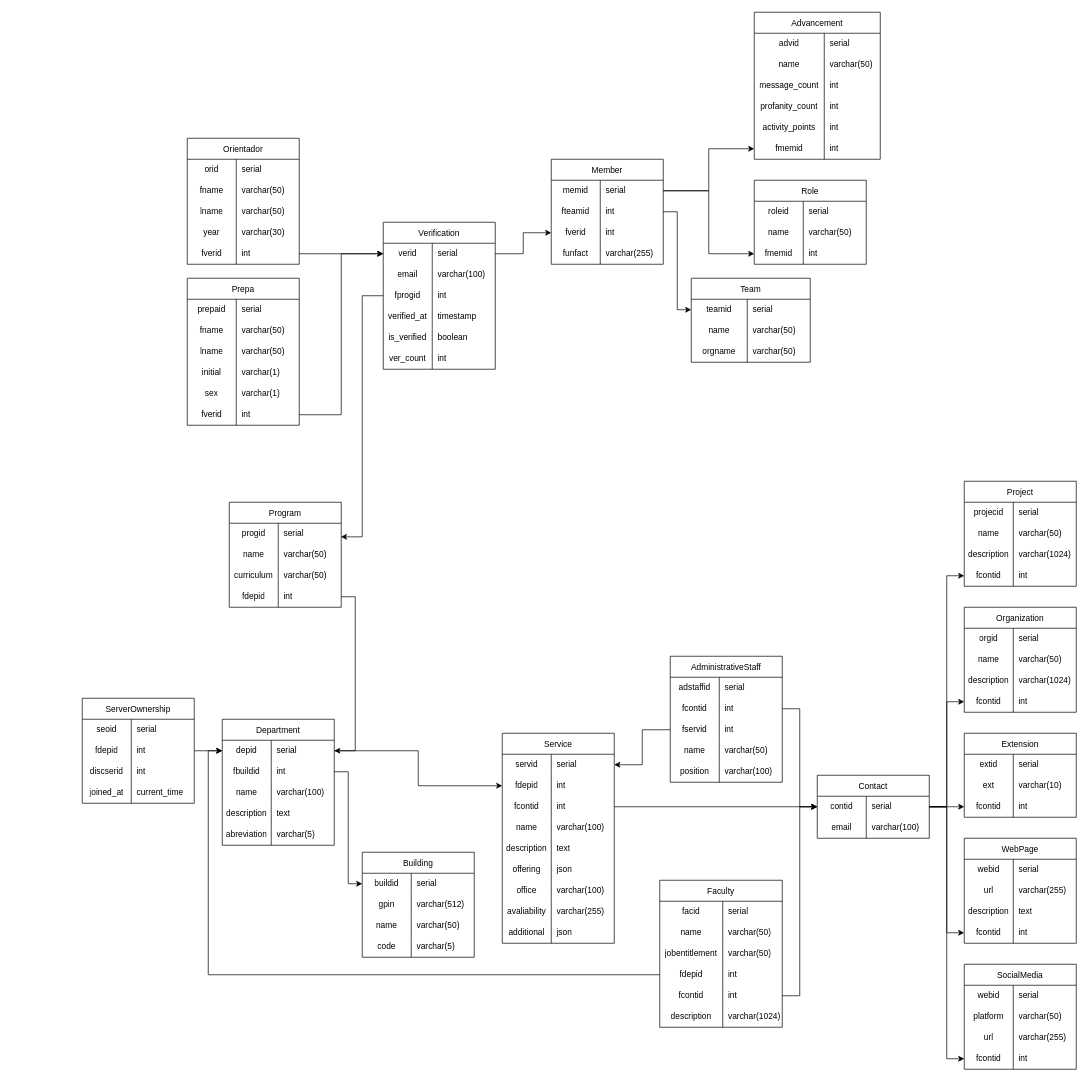
This is schema/Untitled Diagram.drawio from AlfredoSoto1/BotOrientador, a draw.io file, before an edit. Source tidied: cells renumbered, new cells numbered last; positions are measured from the earlier drawing's top-left corner, leaving out a move shared by most shapes. Both pictures are drawn from the tidied source at 70%, with x=0, y=0 at pixel (82, 12).
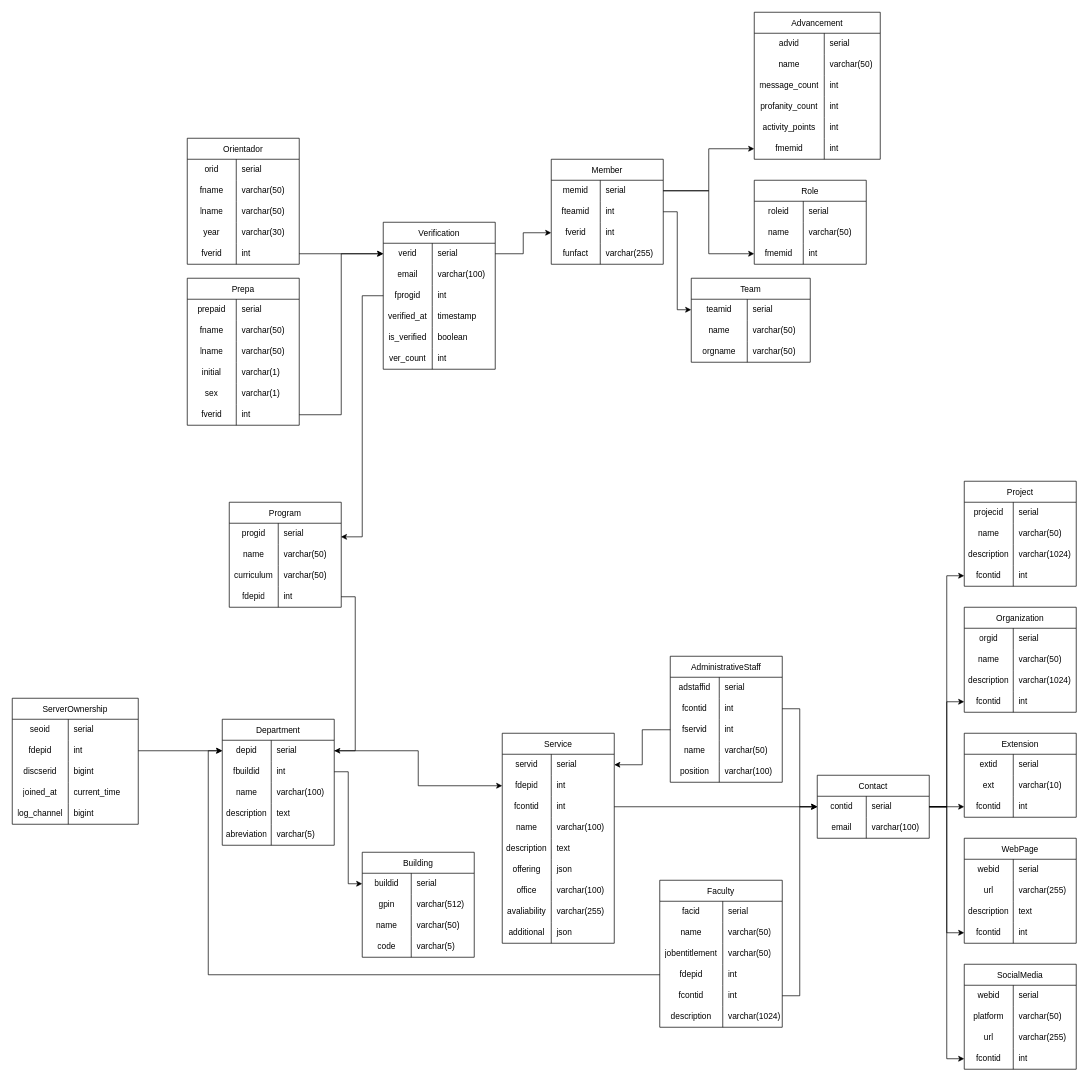
The same page after the edit.

Change to the diagram source:
```diff
@@
     <mxCell id="231" value="ServerOwnership" style="shape=table;startSize=30;childLayout=tableLayout;rowLines=0;fontStyle=0;strokeColor=default;fontSize=12;" parent="1" vertex="1">
-      <mxGeometry y="980" width="160" height="150" as="geometry" />
+      <mxGeometry x="-100" y="980" width="180" height="180" as="geometry" />
     </mxCell>
     <mxCell id="232" style="shape=tableRow;horizontal=0;startSize=0;swimlaneHead=0;swimlaneBody=0;top=0;left=0;bottom=0;right=0;fillColor=none;strokeColor=inherit;fontSize=12;" parent="231" vertex="1">
-      <mxGeometry y="30" width="160" height="30" as="geometry" />
+      <mxGeometry y="30" width="180" height="30" as="geometry" />
     </mxCell>
     <mxCell id="233" value="seoid" style="shape=partialRectangle;html=1;whiteSpace=wrap;fillColor=none;top=0;left=0;bottom=0;right=0;overflow=hidden;strokeColor=inherit;fontSize=12;spacing=2;" parent="232" vertex="1">
-      <mxGeometry width="70" height="30" as="geometry" />
+      <mxGeometry width="80" height="30" as="geometry" />
     </mxCell>
     <mxCell id="234" value="serial" style="shape=partialRectangle;html=1;whiteSpace=wrap;fillColor=none;top=0;left=0;bottom=0;right=0;align=left;spacingLeft=6;overflow=hidden;strokeColor=inherit;fontSize=12;" parent="232" vertex="1">
-      <mxGeometry x="70" width="90" height="30" as="geometry" />
+      <mxGeometry x="80" width="100" height="30" as="geometry" />
     </mxCell>
     <mxCell id="235" style="shape=tableRow;horizontal=0;startSize=0;swimlaneHead=0;swimlaneBody=0;top=0;left=0;bottom=0;right=0;fillColor=none;points=[[0,0.5],[1,0.5]];portConstraint=eastwest;strokeColor=inherit;fontSize=12;" parent="231" vertex="1">
-      <mxGeometry y="60" width="160" height="30" as="geometry" />
+      <mxGeometry y="60" width="180" height="30" as="geometry" />
     </mxCell>
     <mxCell id="236" value="fdepid" style="shape=partialRectangle;html=1;whiteSpace=wrap;fillColor=none;top=0;left=0;bottom=0;right=0;overflow=hidden;strokeColor=inherit;fontSize=12;spacing=2;" parent="235" vertex="1">
-      <mxGeometry width="70" height="30" as="geometry" />
+      <mxGeometry width="80" height="30" as="geometry" />
     </mxCell>
     <mxCell id="237" value="int" style="shape=partialRectangle;html=1;whiteSpace=wrap;fillColor=none;top=0;left=0;bottom=0;right=0;align=left;spacingLeft=6;overflow=hidden;strokeColor=inherit;fontSize=12;" parent="235" vertex="1">
-      <mxGeometry x="70" width="90" height="30" as="geometry" />
+      <mxGeometry x="80" width="100" height="30" as="geometry" />
     </mxCell>
     <mxCell id="238" style="shape=tableRow;horizontal=0;startSize=0;swimlaneHead=0;swimlaneBody=0;top=0;left=0;bottom=0;right=0;fillColor=none;strokeColor=inherit;fontSize=12;" parent="231" vertex="1">
-      <mxGeometry y="90" width="160" height="30" as="geometry" />
+      <mxGeometry y="90" width="180" height="30" as="geometry" />
     </mxCell>
     <mxCell id="239" value="discserid" style="shape=partialRectangle;html=1;whiteSpace=wrap;fillColor=none;top=0;left=0;bottom=0;right=0;overflow=hidden;strokeColor=inherit;fontSize=12;" parent="238" vertex="1">
-      <mxGeometry width="70" height="30" as="geometry" />
+      <mxGeometry width="80" height="30" as="geometry" />
     </mxCell>
-    <mxCell id="240" value="int" style="shape=partialRectangle;html=1;whiteSpace=wrap;fillColor=none;top=0;left=0;bottom=0;right=0;align=left;spacingLeft=6;overflow=hidden;strokeColor=inherit;fontSize=12;" parent="238" vertex="1">
-      <mxGeometry x="70" width="90" height="30" as="geometry" />
+    <mxCell id="240" value="bigint" style="shape=partialRectangle;html=1;whiteSpace=wrap;fillColor=none;top=0;left=0;bottom=0;right=0;align=left;spacingLeft=6;overflow=hidden;strokeColor=inherit;fontSize=12;" parent="238" vertex="1">
+      <mxGeometry x="80" width="100" height="30" as="geometry" />
     </mxCell>
     <mxCell id="241" style="shape=tableRow;horizontal=0;startSize=0;swimlaneHead=0;swimlaneBody=0;top=0;left=0;bottom=0;right=0;fillColor=none;strokeColor=inherit;fontSize=12;" parent="231" vertex="1">
-      <mxGeometry y="120" width="160" height="30" as="geometry" />
+      <mxGeometry y="120" width="180" height="30" as="geometry" />
     </mxCell>
     <mxCell id="242" value="joined_at" style="shape=partialRectangle;html=1;whiteSpace=wrap;fillColor=none;top=0;left=0;bottom=0;right=0;overflow=hidden;strokeColor=inherit;fontSize=12;" parent="241" vertex="1">
-      <mxGeometry width="70" height="30" as="geometry" />
+      <mxGeometry width="80" height="30" as="geometry" />
     </mxCell>
     <mxCell id="243" value="current_time" style="shape=partialRectangle;html=1;whiteSpace=wrap;fillColor=none;top=0;left=0;bottom=0;right=0;align=left;spacingLeft=6;overflow=hidden;strokeColor=inherit;fontSize=12;" parent="241" vertex="1">
-      <mxGeometry x="70" width="90" height="30" as="geometry" />
+      <mxGeometry x="80" width="100" height="30" as="geometry" />
     </mxCell>
+    <mxCell id="317" style="shape=tableRow;horizontal=0;startSize=0;swimlaneHead=0;swimlaneBody=0;top=0;left=0;bottom=0;right=0;fillColor=none;strokeColor=inherit;fontSize=12;" parent="231" vertex="1">
+      <mxGeometry y="150" width="180" height="30" as="geometry" />
+    </mxCell>
+    <mxCell id="318" value="log_channel" style="shape=partialRectangle;html=1;whiteSpace=wrap;fillColor=none;top=0;left=0;bottom=0;right=0;overflow=hidden;strokeColor=inherit;fontSize=12;" parent="317" vertex="1">
+      <mxGeometry width="80" height="30" as="geometry" />
+    </mxCell>
+    <mxCell id="319" value="bigint" style="shape=partialRectangle;html=1;whiteSpace=wrap;fillColor=none;top=0;left=0;bottom=0;right=0;align=left;spacingLeft=6;overflow=hidden;strokeColor=inherit;fontSize=12;" parent="317" vertex="1">
+      <mxGeometry x="80" width="100" height="30" as="geometry" />
+    </mxCell>
```
